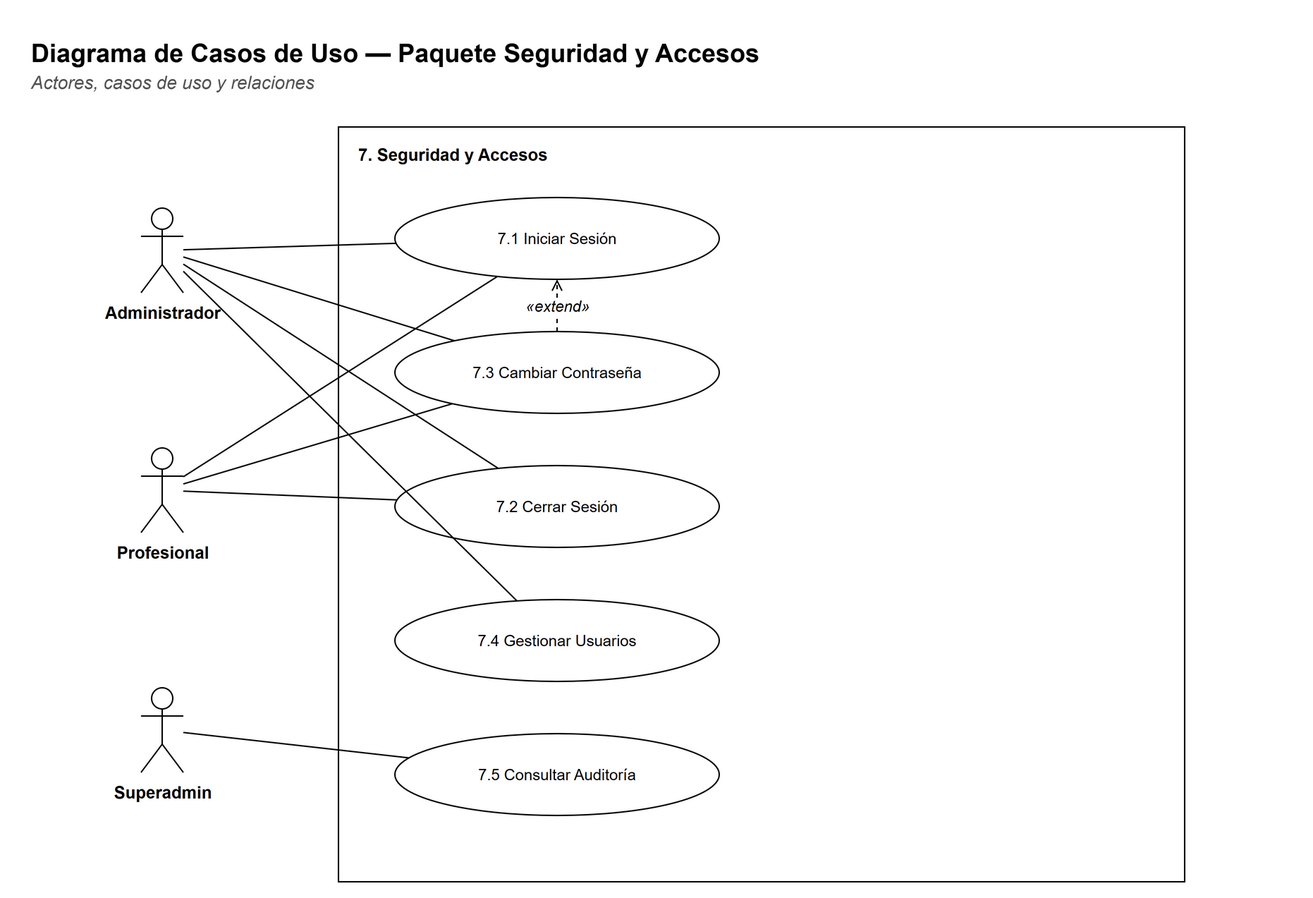
Earlier version of the draw.io export docs/diagramas/paquete-seguridad-casos.png (Matiglorioso/kineturnos). Source tidied: cells renumbered, new cells last; positions are measured from the earlier drawing's top-left corner, leaving out a move shared by most shapes.
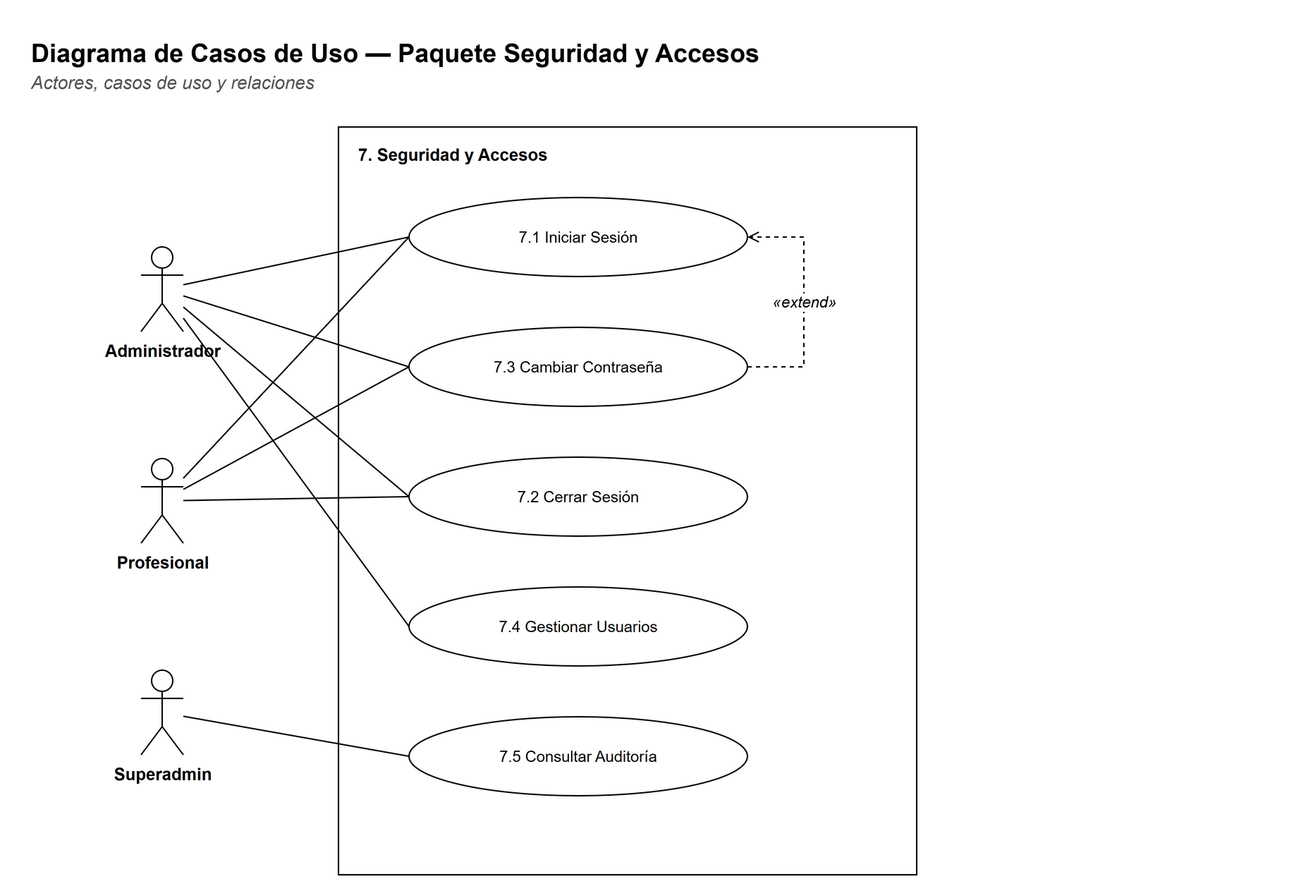
After the commit.

The edit, as a diff of the source:
```diff
@@ -9,61 +9,66 @@
       <mxGeometry y="24" width="900" height="20" as="geometry" />
     </mxCell>
     <mxCell id="4" style="rounded=0;whiteSpace=wrap;html=1;fillColor=#FFFFFF;strokeColor=#000000;fontFamily=Helvetica;fontSize=12;verticalAlign=top;" parent="1" vertex="1">
-      <mxGeometry x="220" y="70" width="600" height="535" as="geometry" />
+      <mxGeometry x="220" y="70" width="410" height="530" as="geometry" />
     </mxCell>
     <mxCell id="5" value="&lt;b&gt;7. Seguridad y Accesos&lt;/b&gt;" style="text;html=1;strokeColor=none;fillColor=none;align=left;verticalAlign=top;whiteSpace=wrap;fontFamily=Helvetica;fontSize=12;" parent="1" vertex="1">
-      <mxGeometry x="232" y="76" width="580" height="20" as="geometry" />
+      <mxGeometry x="232" y="76" width="390" height="20" as="geometry" />
     </mxCell>
     <mxCell id="6" value="7.1 Iniciar Sesión" style="ellipse;whiteSpace=wrap;html=1;fillColor=#FFFFFF;strokeColor=#000000;fontFamily=Helvetica;fontSize=11;" parent="1" vertex="1">
-      <mxGeometry x="260" y="120" width="230" height="58" as="geometry" />
+      <mxGeometry x="270" y="120" width="240" height="56" as="geometry" />
     </mxCell>
     <mxCell id="7" value="7.3 Cambiar Contraseña" style="ellipse;whiteSpace=wrap;html=1;fillColor=#FFFFFF;strokeColor=#000000;fontFamily=Helvetica;fontSize=11;" parent="1" vertex="1">
-      <mxGeometry x="260" y="215" width="230" height="58" as="geometry" />
+      <mxGeometry x="270" y="212" width="240" height="56" as="geometry" />
     </mxCell>
     <mxCell id="8" value="7.2 Cerrar Sesión" style="ellipse;whiteSpace=wrap;html=1;fillColor=#FFFFFF;strokeColor=#000000;fontFamily=Helvetica;fontSize=11;" parent="1" vertex="1">
-      <mxGeometry x="260" y="310" width="230" height="58" as="geometry" />
+      <mxGeometry x="270" y="304" width="240" height="56" as="geometry" />
     </mxCell>
     <mxCell id="9" value="7.4 Gestionar Usuarios" style="ellipse;whiteSpace=wrap;html=1;fillColor=#FFFFFF;strokeColor=#000000;fontFamily=Helvetica;fontSize=11;" parent="1" vertex="1">
-      <mxGeometry x="260" y="405" width="230" height="58" as="geometry" />
+      <mxGeometry x="270" y="396" width="240" height="56" as="geometry" />
     </mxCell>
     <mxCell id="10" value="7.5 Consultar Auditoría" style="ellipse;whiteSpace=wrap;html=1;fillColor=#FFFFFF;strokeColor=#000000;fontFamily=Helvetica;fontSize=11;" parent="1" vertex="1">
-      <mxGeometry x="260" y="500" width="230" height="58" as="geometry" />
+      <mxGeometry x="270" y="488" width="240" height="56" as="geometry" />
     </mxCell>
     <mxCell id="11" value="Administrador" style="shape=umlActor;verticalLabelPosition=bottom;verticalAlign=top;html=1;outlineConnect=0;fillColor=#FFFFFF;strokeColor=#000000;fontFamily=Helvetica;fontSize=12;fontStyle=1;" parent="1" vertex="1">
-      <mxGeometry x="80" y="127.5" width="30" height="60" as="geometry" />
+      <mxGeometry x="80" y="155" width="30" height="60" as="geometry" />
     </mxCell>
     <mxCell id="12" value="Profesional" style="shape=umlActor;verticalLabelPosition=bottom;verticalAlign=top;html=1;outlineConnect=0;fillColor=#FFFFFF;strokeColor=#000000;fontFamily=Helvetica;fontSize=12;fontStyle=1;" parent="1" vertex="1">
-      <mxGeometry x="80" y="297.5" width="30" height="60" as="geometry" />
+      <mxGeometry x="80" y="305" width="30" height="60" as="geometry" />
     </mxCell>
     <mxCell id="13" value="Superadmin" style="shape=umlActor;verticalLabelPosition=bottom;verticalAlign=top;html=1;outlineConnect=0;fillColor=#FFFFFF;strokeColor=#000000;fontFamily=Helvetica;fontSize=12;fontStyle=1;" parent="1" vertex="1">
-      <mxGeometry x="80" y="467.5" width="30" height="60" as="geometry" />
+      <mxGeometry x="80" y="455" width="30" height="60" as="geometry" />
     </mxCell>
-    <mxCell id="14" style="edgeStyle=none;html=1;endArrow=none;endFill=0;strokeColor=#000000;fontFamily=Helvetica;fontSize=11;labelBackgroundColor=#FFFFFF;" parent="1" edge="1" source="11" target="6">
+    <mxCell id="14" style="edgeStyle=none;html=1;endArrow=none;endFill=0;strokeColor=#000000;fontFamily=Helvetica;fontSize=11;labelBackgroundColor=#FFFFFF;entryX=0;entryY=0.5;entryDx=0;entryDy=0;" parent="1" edge="1" source="11" target="6">
       <mxGeometry relative="1" as="geometry" />
     </mxCell>
-    <mxCell id="15" style="edgeStyle=none;html=1;endArrow=none;endFill=0;strokeColor=#000000;fontFamily=Helvetica;fontSize=11;labelBackgroundColor=#FFFFFF;" parent="1" edge="1" source="12" target="6">
+    <mxCell id="15" style="edgeStyle=none;html=1;endArrow=none;endFill=0;strokeColor=#000000;fontFamily=Helvetica;fontSize=11;labelBackgroundColor=#FFFFFF;entryX=0;entryY=0.5;entryDx=0;entryDy=0;" parent="1" edge="1" source="12" target="6">
       <mxGeometry relative="1" as="geometry" />
     </mxCell>
-    <mxCell id="16" style="edgeStyle=none;html=1;endArrow=none;endFill=0;strokeColor=#000000;fontFamily=Helvetica;fontSize=11;labelBackgroundColor=#FFFFFF;" parent="1" edge="1" source="11" target="8">
+    <mxCell id="16" style="edgeStyle=none;html=1;endArrow=none;endFill=0;strokeColor=#000000;fontFamily=Helvetica;fontSize=11;labelBackgroundColor=#FFFFFF;entryX=0;entryY=0.5;entryDx=0;entryDy=0;" parent="1" edge="1" source="11" target="7">
       <mxGeometry relative="1" as="geometry" />
     </mxCell>
-    <mxCell id="17" style="edgeStyle=none;html=1;endArrow=none;endFill=0;strokeColor=#000000;fontFamily=Helvetica;fontSize=11;labelBackgroundColor=#FFFFFF;" parent="1" edge="1" source="12" target="8">
+    <mxCell id="17" style="edgeStyle=none;html=1;endArrow=none;endFill=0;strokeColor=#000000;fontFamily=Helvetica;fontSize=11;labelBackgroundColor=#FFFFFF;entryX=0;entryY=0.5;entryDx=0;entryDy=0;" parent="1" edge="1" source="12" target="7">
       <mxGeometry relative="1" as="geometry" />
     </mxCell>
-    <mxCell id="18" style="edgeStyle=none;html=1;endArrow=none;endFill=0;strokeColor=#000000;fontFamily=Helvetica;fontSize=11;labelBackgroundColor=#FFFFFF;" parent="1" edge="1" source="11" target="7">
+    <mxCell id="18" style="edgeStyle=none;html=1;endArrow=none;endFill=0;strokeColor=#000000;fontFamily=Helvetica;fontSize=11;labelBackgroundColor=#FFFFFF;entryX=0;entryY=0.5;entryDx=0;entryDy=0;" parent="1" edge="1" source="11" target="8">
       <mxGeometry relative="1" as="geometry" />
     </mxCell>
-    <mxCell id="19" style="edgeStyle=none;html=1;endArrow=none;endFill=0;strokeColor=#000000;fontFamily=Helvetica;fontSize=11;labelBackgroundColor=#FFFFFF;" parent="1" edge="1" source="12" target="7">
+    <mxCell id="19" style="edgeStyle=none;html=1;endArrow=none;endFill=0;strokeColor=#000000;fontFamily=Helvetica;fontSize=11;labelBackgroundColor=#FFFFFF;entryX=0;entryY=0.5;entryDx=0;entryDy=0;" parent="1" edge="1" source="12" target="8">
       <mxGeometry relative="1" as="geometry" />
     </mxCell>
-    <mxCell id="20" style="edgeStyle=none;html=1;endArrow=none;endFill=0;strokeColor=#000000;fontFamily=Helvetica;fontSize=11;labelBackgroundColor=#FFFFFF;" parent="1" edge="1" source="11" target="9">
+    <mxCell id="20" style="edgeStyle=none;html=1;endArrow=none;endFill=0;strokeColor=#000000;fontFamily=Helvetica;fontSize=11;labelBackgroundColor=#FFFFFF;entryX=0;entryY=0.5;entryDx=0;entryDy=0;" parent="1" edge="1" source="11" target="9">
       <mxGeometry relative="1" as="geometry" />
     </mxCell>
-    <mxCell id="21" style="edgeStyle=none;html=1;endArrow=none;endFill=0;strokeColor=#000000;fontFamily=Helvetica;fontSize=11;labelBackgroundColor=#FFFFFF;" parent="1" edge="1" source="13" target="10">
+    <mxCell id="21" style="edgeStyle=none;html=1;endArrow=none;endFill=0;strokeColor=#000000;fontFamily=Helvetica;fontSize=11;labelBackgroundColor=#FFFFFF;entryX=0;entryY=0.5;entryDx=0;entryDy=0;" parent="1" edge="1" source="13" target="10">
       <mxGeometry relative="1" as="geometry" />
     </mxCell>
-    <mxCell id="22" value="«extend»" style="edgeStyle=none;html=1;endArrow=open;endFill=0;strokeColor=#000000;fontFamily=Helvetica;fontSize=11;labelBackgroundColor=#FFFFFF;dashed=1;fontStyle=2;" parent="1" edge="1" source="7" target="6">
-      <mxGeometry relative="1" as="geometry" />
+    <mxCell id="22" value="«extend»" style="edgeStyle=orthogonalEdgeStyle;rounded=0;html=1;endArrow=open;startArrow=none;endFill=0;startFill=0;strokeColor=#000000;fontFamily=Helvetica;fontSize=11;fontStyle=2;labelBackgroundColor=#FFFFFF;dashed=1;exitX=1;exitY=0.5;exitDx=0;exitDy=0;entryX=1;entryY=0.5;entryDx=0;entryDy=0;" parent="1" edge="1" source="7" target="6">
+      <mxGeometry relative="1" as="geometry">
+        <Array as="points">
+          <mxPoint x="550" y="240" />
+          <mxPoint x="550" y="148" />
+        </Array>
+      </mxGeometry>
     </mxCell>
   </root>
 </mxGraphModel>
```
